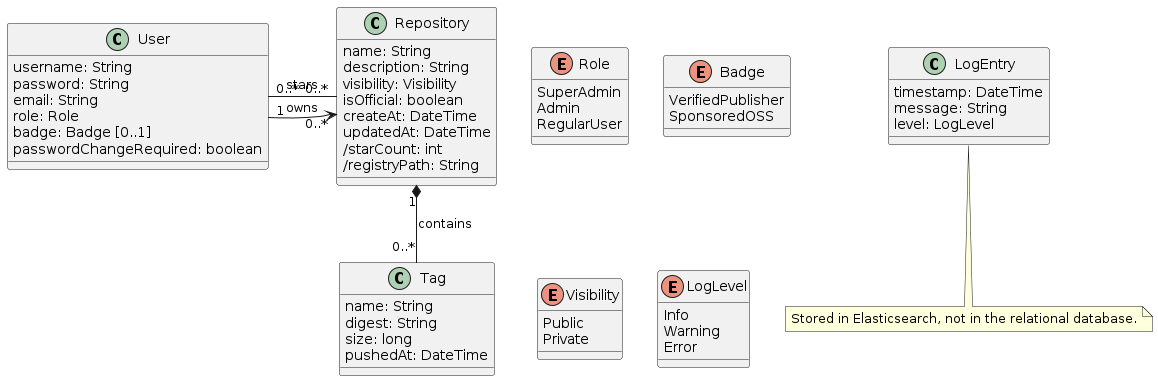
Earlier version of the PlantUML export docs/class_diagram.png (anasinik/docker-hub).
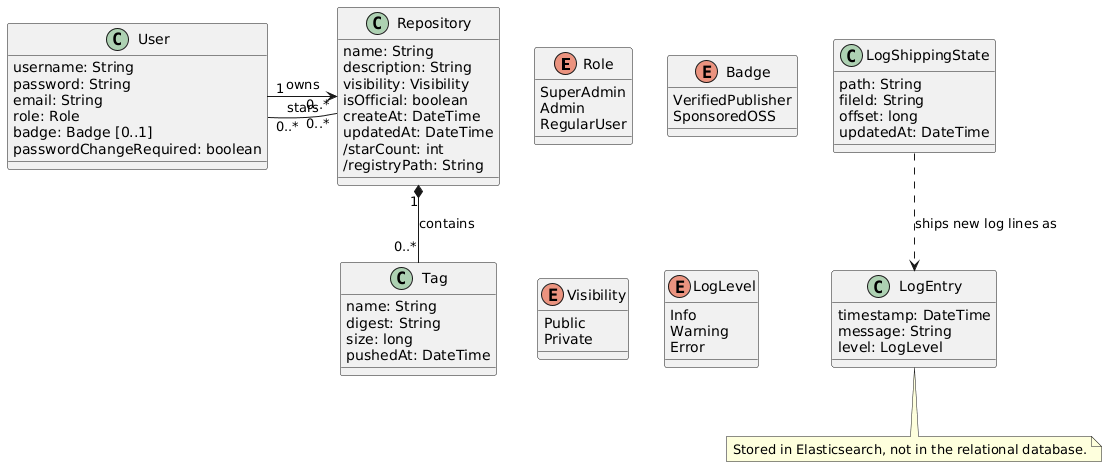
After the commit.

Commit message:
#14 docs: add LogShippingState to class diagram

Change to the diagram source:
```diff
@@ -58,6 +58,15 @@
   Stored in Elasticsearch, not in the relational database.
 end note
 
+class LogShippingState {
+  path: String
+  fileId: String
+  offset: long
+  updatedAt: DateTime
+}
+
+LogShippingState ..> LogEntry: ships new log lines as
+
 User "0..*" --  "0..*" Repository: stars
 User "1" ->  "0..*" Repository: owns
 Repository "1" *-- "0..*" Tag: contains
```
